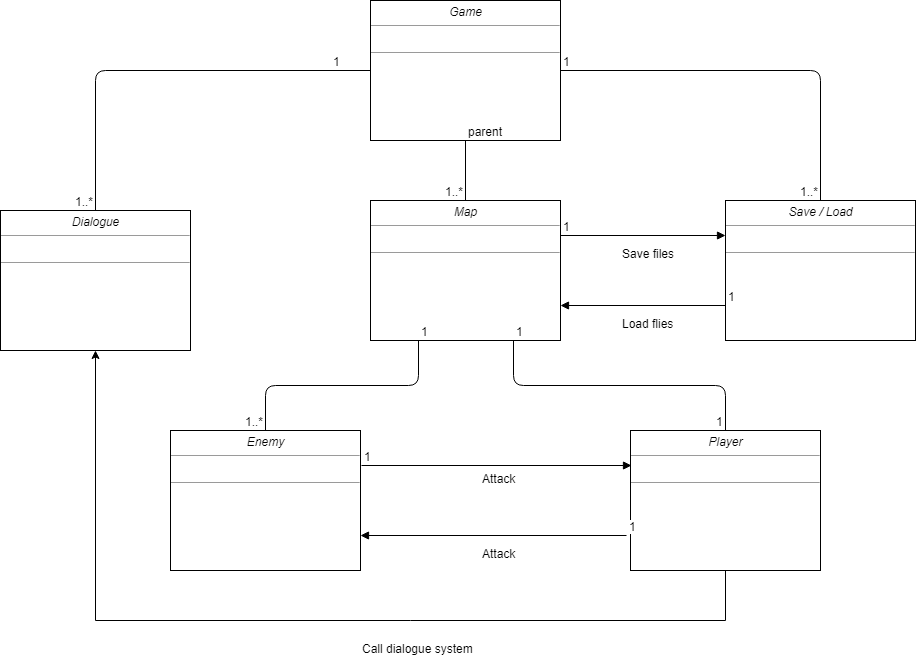
Before: 初步流程圖.png, a diagram exported from draw.io (yanJ1e/oo_1). Source tidied: cells renumbered, new cells last; positions are measured from the earlier drawing's top-left corner, leaving out a move shared by most shapes. Its diagram source:
```xml
<mxGraphModel>
  <root>
    <mxCell id="0" style="html=1;" />
    <mxCell id="1" style="html=1;" parent="0" />
    <mxCell id="2" value="&lt;p style=&quot;margin: 0px ; margin-top: 4px ; text-align: center&quot;&gt;&lt;i&gt;Enemy&lt;/i&gt;&lt;/p&gt;&lt;hr size=&quot;1&quot;&gt;&lt;p style=&quot;margin: 0px ; margin-left: 4px&quot;&gt;&lt;br&gt;&lt;/p&gt;&lt;hr size=&quot;1&quot;&gt;&lt;p style=&quot;margin: 0px ; margin-left: 4px&quot;&gt;&lt;br&gt;&lt;/p&gt;" style="verticalAlign=top;align=left;overflow=fill;fontSize=12;fontFamily=Helvetica;html=1;" parent="1" vertex="1">
      <mxGeometry x="170" y="430" width="190" height="140" as="geometry" />
    </mxCell>
    <mxCell id="3" style="edgeStyle=orthogonalEdgeStyle;rounded=0;jettySize=auto;html=1;entryX=0.5;entryY=1;entryDx=0;entryDy=0;" parent="1" edge="1" source="4" target="6">
      <mxGeometry relative="1" as="geometry">
        <Array as="points">
          <mxPoint x="725" y="620" />
          <mxPoint x="95" y="620" />
        </Array>
      </mxGeometry>
    </mxCell>
    <mxCell id="4" value="&lt;p style=&quot;margin: 0px ; margin-top: 4px ; text-align: center&quot;&gt;&lt;i&gt;Player&lt;/i&gt;&lt;/p&gt;&lt;hr size=&quot;1&quot;&gt;&lt;p style=&quot;margin: 0px ; margin-left: 4px&quot;&gt;&lt;br&gt;&lt;/p&gt;&lt;hr size=&quot;1&quot;&gt;&lt;p style=&quot;margin: 0px ; margin-left: 4px&quot;&gt;&lt;br&gt;&lt;/p&gt;" style="verticalAlign=top;align=left;overflow=fill;fontSize=12;fontFamily=Helvetica;html=1;" parent="1" vertex="1">
      <mxGeometry x="630" y="430" width="190" height="140" as="geometry" />
    </mxCell>
    <mxCell id="5" value="&lt;p style=&quot;margin: 0px ; margin-top: 4px ; text-align: center&quot;&gt;&lt;i&gt;Save / Load&lt;/i&gt;&lt;/p&gt;&lt;hr size=&quot;1&quot;&gt;&lt;p style=&quot;margin: 0px ; margin-left: 4px&quot;&gt;&lt;br&gt;&lt;/p&gt;&lt;hr size=&quot;1&quot;&gt;&lt;p style=&quot;margin: 0px ; margin-left: 4px&quot;&gt;&lt;br&gt;&lt;/p&gt;" style="verticalAlign=top;align=left;overflow=fill;fontSize=12;fontFamily=Helvetica;html=1;" parent="1" vertex="1">
      <mxGeometry x="725" y="200" width="190" height="140" as="geometry" />
    </mxCell>
    <mxCell id="6" value="&lt;p style=&quot;margin: 0px ; margin-top: 4px ; text-align: center&quot;&gt;&lt;i&gt;Dialogue&lt;/i&gt;&lt;/p&gt;&lt;hr size=&quot;1&quot;&gt;&lt;p style=&quot;margin: 0px ; margin-left: 4px&quot;&gt;&lt;br&gt;&lt;/p&gt;&lt;hr size=&quot;1&quot;&gt;&lt;p style=&quot;margin: 0px ; margin-left: 4px&quot;&gt;&lt;br&gt;&lt;/p&gt;" style="verticalAlign=top;align=left;overflow=fill;fontSize=12;fontFamily=Helvetica;html=1;" parent="1" vertex="1">
      <mxGeometry y="210" width="190" height="140" as="geometry" />
    </mxCell>
    <mxCell id="7" value="&lt;p style=&quot;margin: 0px ; margin-top: 4px ; text-align: center&quot;&gt;&lt;i&gt;Map&lt;/i&gt;&lt;/p&gt;&lt;hr size=&quot;1&quot;&gt;&lt;p style=&quot;margin: 0px ; margin-left: 4px&quot;&gt;&lt;br&gt;&lt;/p&gt;&lt;hr size=&quot;1&quot;&gt;&lt;p style=&quot;margin: 0px ; margin-left: 4px&quot;&gt;&lt;br&gt;&lt;/p&gt;" style="verticalAlign=top;align=left;overflow=fill;fontSize=12;fontFamily=Helvetica;html=1;" parent="1" vertex="1">
      <mxGeometry x="370" y="200" width="190" height="140" as="geometry" />
    </mxCell>
    <mxCell id="8" value="&lt;p style=&quot;margin: 0px ; margin-top: 4px ; text-align: center&quot;&gt;&lt;i&gt;Game&lt;/i&gt;&lt;/p&gt;&lt;hr size=&quot;1&quot;&gt;&lt;p style=&quot;margin: 0px ; margin-left: 4px&quot;&gt;&lt;br&gt;&lt;/p&gt;&lt;hr size=&quot;1&quot;&gt;&lt;p style=&quot;margin: 0px ; margin-left: 4px&quot;&gt;&lt;br&gt;&lt;/p&gt;" style="verticalAlign=top;align=left;overflow=fill;fontSize=12;fontFamily=Helvetica;html=1;" parent="1" vertex="1">
      <mxGeometry x="370" width="190" height="140" as="geometry" />
    </mxCell>
    <mxCell id="9" style="endArrow=none;html=1;edgeStyle=orthogonalEdgeStyle;" parent="1" edge="1" source="8" target="6">
      <mxGeometry relative="1" as="geometry" />
    </mxCell>
    <mxCell id="10" value="1" style="html=1;align=left;verticalAlign=bottom;labelBackgroundColor=#ffffff;fontSize=10;" parent="9" vertex="1">
      <mxGeometry x="-1" relative="1" as="geometry">
        <mxPoint x="-40" as="offset" />
      </mxGeometry>
    </mxCell>
    <mxCell id="11" value="1..*" style="html=1;align=right;verticalAlign=bottom;labelBackgroundColor=#ffffff;fontSize=10;" parent="9" vertex="1">
      <mxGeometry x="1" relative="1" as="geometry" />
    </mxCell>
    <mxCell id="12" style="endArrow=none;html=1;edgeStyle=orthogonalEdgeStyle;exitX=0.5;exitY=1;exitDx=0;exitDy=0;entryX=0.5;entryY=0;entryDx=0;entryDy=0;" parent="1" edge="1" source="8" target="7">
      <mxGeometry relative="1" as="geometry" />
    </mxCell>
    <mxCell id="13" value="parent" style="html=1;align=left;verticalAlign=bottom;labelBackgroundColor=#ffffff;fontSize=10;" parent="12" vertex="1">
      <mxGeometry x="-1" relative="1" as="geometry" />
    </mxCell>
    <mxCell id="14" value="1..*" style="html=1;align=right;verticalAlign=bottom;labelBackgroundColor=#ffffff;fontSize=10;" parent="12" vertex="1">
      <mxGeometry x="1" relative="1" as="geometry" />
    </mxCell>
    <mxCell id="15" style="endArrow=none;html=1;edgeStyle=orthogonalEdgeStyle;entryX=0.5;entryY=0;entryDx=0;entryDy=0;exitX=1;exitY=0.5;exitDx=0;exitDy=0;" parent="1" edge="1" source="8" target="5">
      <mxGeometry relative="1" as="geometry" />
    </mxCell>
    <mxCell id="16" value="1" style="html=1;align=left;verticalAlign=bottom;labelBackgroundColor=#ffffff;fontSize=10;" parent="15" vertex="1">
      <mxGeometry x="-1" relative="1" as="geometry" />
    </mxCell>
    <mxCell id="17" value="1..*" style="html=1;align=right;verticalAlign=bottom;labelBackgroundColor=#ffffff;fontSize=10;" parent="15" vertex="1">
      <mxGeometry x="1" relative="1" as="geometry" />
    </mxCell>
    <mxCell id="18" style="endArrow=none;html=1;edgeStyle=orthogonalEdgeStyle;exitX=0.25;exitY=1;exitDx=0;exitDy=0;entryX=0.5;entryY=0;entryDx=0;entryDy=0;" parent="1" edge="1" source="7" target="2">
      <mxGeometry relative="1" as="geometry" />
    </mxCell>
    <mxCell id="19" value="1" style="html=1;align=left;verticalAlign=bottom;labelBackgroundColor=#ffffff;fontSize=10;" parent="18" vertex="1">
      <mxGeometry x="-1" relative="1" as="geometry" />
    </mxCell>
    <mxCell id="20" value="1..*" style="html=1;align=right;verticalAlign=bottom;labelBackgroundColor=#ffffff;fontSize=10;" parent="18" vertex="1">
      <mxGeometry x="1" relative="1" as="geometry" />
    </mxCell>
    <mxCell id="21" style="endArrow=none;html=1;edgeStyle=orthogonalEdgeStyle;exitX=0.75;exitY=1;exitDx=0;exitDy=0;entryX=0.5;entryY=0;entryDx=0;entryDy=0;" parent="1" edge="1" source="7" target="4">
      <mxGeometry relative="1" as="geometry" />
    </mxCell>
    <mxCell id="22" value="1" style="html=1;align=left;verticalAlign=bottom;labelBackgroundColor=#ffffff;fontSize=10;" parent="21" vertex="1">
      <mxGeometry x="-1" relative="1" as="geometry" />
    </mxCell>
    <mxCell id="23" value="1" style="html=1;align=right;verticalAlign=bottom;labelBackgroundColor=#ffffff;fontSize=10;" parent="21" vertex="1">
      <mxGeometry x="1" relative="1" as="geometry" />
    </mxCell>
    <mxCell id="24" value="Attack" style="endArrow=block;endFill=1;html=1;edgeStyle=orthogonalEdgeStyle;align=left;verticalAlign=top;entryX=0;entryY=0.25;entryDx=0;entryDy=0;exitX=1;exitY=0.25;exitDx=0;exitDy=0;" parent="1" edge="1">
      <mxGeometry x="-0.12" relative="1" as="geometry">
        <mxPoint x="361" y="465" as="sourcePoint" />
        <mxPoint x="631" y="465" as="targetPoint" />
      </mxGeometry>
    </mxCell>
    <mxCell id="25" value="1" style="html=1;align=left;verticalAlign=bottom;labelBackgroundColor=#ffffff;fontSize=10;" parent="24" vertex="1">
      <mxGeometry x="-1" relative="1" as="geometry" />
    </mxCell>
    <mxCell id="26" value="Attack" style="endArrow=block;endFill=1;html=1;edgeStyle=orthogonalEdgeStyle;align=left;verticalAlign=top;entryX=1;entryY=0.75;entryDx=0;entryDy=0;" parent="1" edge="1" target="2">
      <mxGeometry x="0.1" y="5" relative="1" as="geometry">
        <mxPoint x="626" y="535" as="sourcePoint" />
      </mxGeometry>
    </mxCell>
    <mxCell id="27" value="1" style="html=1;align=left;verticalAlign=bottom;labelBackgroundColor=#ffffff;fontSize=10;" parent="26" vertex="1">
      <mxGeometry x="-1" relative="1" as="geometry" />
    </mxCell>
    <mxCell id="28" value="Save files" style="endArrow=block;endFill=1;html=1;edgeStyle=orthogonalEdgeStyle;align=left;verticalAlign=top;entryX=0;entryY=0.25;entryDx=0;entryDy=0;exitX=1;exitY=0.25;exitDx=0;exitDy=0;" parent="1" edge="1" source="7" target="5">
      <mxGeometry x="-0.27" y="-5" relative="1" as="geometry" />
    </mxCell>
    <mxCell id="29" value="1" style="html=1;align=left;verticalAlign=bottom;labelBackgroundColor=#ffffff;fontSize=10;" parent="28" vertex="1">
      <mxGeometry x="-1" relative="1" as="geometry" />
    </mxCell>
    <mxCell id="30" value="Load flies" style="endArrow=block;endFill=1;html=1;edgeStyle=orthogonalEdgeStyle;align=left;verticalAlign=top;entryX=1;entryY=0.75;entryDx=0;entryDy=0;exitX=0;exitY=0.75;exitDx=0;exitDy=0;" parent="1" edge="1" source="5" target="7">
      <mxGeometry x="0.27" y="5" relative="1" as="geometry" />
    </mxCell>
    <mxCell id="31" value="1" style="html=1;align=left;verticalAlign=bottom;labelBackgroundColor=#ffffff;fontSize=10;" parent="30" vertex="1">
      <mxGeometry x="-1" relative="1" as="geometry" />
    </mxCell>
    <mxCell id="32" value="Call dialogue system&lt;br&gt;" style="text;html=1;align=left;verticalAlign=top;spacingTop=-4;" parent="1" vertex="1">
      <mxGeometry x="360" y="639" width="130" height="20" as="geometry" />
    </mxCell>
  </root>
</mxGraphModel>
```
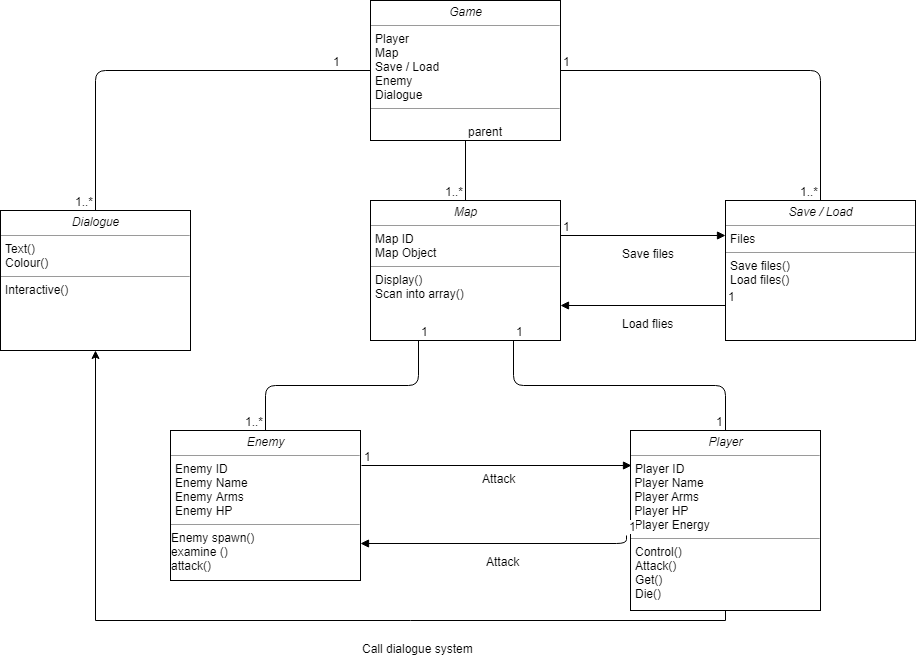
Later version of the same file.

The edit, as a diff of the source:
```diff
@@ -2,8 +2,8 @@
   <root>
     <mxCell id="0" style="html=1;" />
     <mxCell id="1" style="html=1;" parent="0" />
-    <mxCell id="2" value="&lt;p style=&quot;margin: 0px ; margin-top: 4px ; text-align: center&quot;&gt;&lt;i&gt;Enemy&lt;/i&gt;&lt;/p&gt;&lt;hr size=&quot;1&quot;&gt;&lt;p style=&quot;margin: 0px ; margin-left: 4px&quot;&gt;&lt;br&gt;&lt;/p&gt;&lt;hr size=&quot;1&quot;&gt;&lt;p style=&quot;margin: 0px ; margin-left: 4px&quot;&gt;&lt;br&gt;&lt;/p&gt;" style="verticalAlign=top;align=left;overflow=fill;fontSize=12;fontFamily=Helvetica;html=1;" parent="1" vertex="1">
-      <mxGeometry x="170" y="430" width="190" height="140" as="geometry" />
+    <mxCell id="2" value="&lt;p style=&quot;margin: 0px ; margin-top: 4px ; text-align: center&quot;&gt;&lt;i&gt;Enemy&lt;/i&gt;&lt;/p&gt;&lt;hr size=&quot;1&quot;&gt;&lt;p style=&quot;margin: 0px ; margin-left: 4px&quot;&gt;Enemy ID&lt;/p&gt;&lt;p style=&quot;margin: 0px ; margin-left: 4px&quot;&gt;Enemy Name&lt;/p&gt;&lt;p style=&quot;margin: 0px ; margin-left: 4px&quot;&gt;Enemy Arms&lt;/p&gt;&lt;p style=&quot;margin: 0px ; margin-left: 4px&quot;&gt;Enemy HP&lt;br&gt;&lt;/p&gt;&lt;hr size=&quot;1&quot;&gt;Enemy&amp;nbsp;&lt;span&gt;spawn()&lt;br&gt;&lt;/span&gt;examine ()&lt;br&gt;attack()&lt;br&gt;&lt;br&gt;" style="verticalAlign=top;align=left;overflow=fill;fontSize=12;fontFamily=Helvetica;html=1;" parent="1" vertex="1">
+      <mxGeometry x="170" y="430" width="190" height="150" as="geometry" />
     </mxCell>
     <mxCell id="3" style="edgeStyle=orthogonalEdgeStyle;rounded=0;jettySize=auto;html=1;entryX=0.5;entryY=1;entryDx=0;entryDy=0;" parent="1" edge="1" source="4" target="6">
       <mxGeometry relative="1" as="geometry">
@@ -13,19 +13,19 @@
         </Array>
       </mxGeometry>
     </mxCell>
-    <mxCell id="4" value="&lt;p style=&quot;margin: 0px ; margin-top: 4px ; text-align: center&quot;&gt;&lt;i&gt;Player&lt;/i&gt;&lt;/p&gt;&lt;hr size=&quot;1&quot;&gt;&lt;p style=&quot;margin: 0px ; margin-left: 4px&quot;&gt;&lt;br&gt;&lt;/p&gt;&lt;hr size=&quot;1&quot;&gt;&lt;p style=&quot;margin: 0px ; margin-left: 4px&quot;&gt;&lt;br&gt;&lt;/p&gt;" style="verticalAlign=top;align=left;overflow=fill;fontSize=12;fontFamily=Helvetica;html=1;" parent="1" vertex="1">
-      <mxGeometry x="630" y="430" width="190" height="140" as="geometry" />
+    <mxCell id="4" value="&lt;p style=&quot;margin: 0px ; margin-top: 4px ; text-align: center&quot;&gt;&lt;i&gt;Player&lt;/i&gt;&lt;/p&gt;&lt;hr size=&quot;1&quot;&gt;&lt;p style=&quot;margin: 0px 0px 0px 4px&quot;&gt;Player ID&lt;/p&gt;&amp;nbsp;Player&lt;span&gt;&amp;nbsp;Name&lt;/span&gt;&lt;br&gt;&amp;nbsp;Player&lt;span&gt;&amp;nbsp;Arms&lt;/span&gt;&lt;br&gt;&amp;nbsp;Player&amp;nbsp;&lt;span&gt;HP&lt;br&gt;&lt;/span&gt;&amp;nbsp;Player Energy&lt;br&gt;&lt;hr size=&quot;1&quot;&gt;&lt;p style=&quot;margin: 0px ; margin-left: 4px&quot;&gt;Control()&lt;/p&gt;&lt;p style=&quot;margin: 0px ; margin-left: 4px&quot;&gt;Attack()&lt;/p&gt;&lt;p style=&quot;margin: 0px ; margin-left: 4px&quot;&gt;Get()&lt;/p&gt;&lt;p style=&quot;margin: 0px ; margin-left: 4px&quot;&gt;Die()&lt;/p&gt;&lt;p style=&quot;margin: 0px ; margin-left: 4px&quot;&gt;&lt;br&gt;&lt;/p&gt;" style="verticalAlign=top;align=left;overflow=fill;fontSize=12;fontFamily=Helvetica;html=1;" parent="1" vertex="1">
+      <mxGeometry x="630" y="430" width="190" height="180" as="geometry" />
     </mxCell>
-    <mxCell id="5" value="&lt;p style=&quot;margin: 0px ; margin-top: 4px ; text-align: center&quot;&gt;&lt;i&gt;Save / Load&lt;/i&gt;&lt;/p&gt;&lt;hr size=&quot;1&quot;&gt;&lt;p style=&quot;margin: 0px ; margin-left: 4px&quot;&gt;&lt;br&gt;&lt;/p&gt;&lt;hr size=&quot;1&quot;&gt;&lt;p style=&quot;margin: 0px ; margin-left: 4px&quot;&gt;&lt;br&gt;&lt;/p&gt;" style="verticalAlign=top;align=left;overflow=fill;fontSize=12;fontFamily=Helvetica;html=1;" parent="1" vertex="1">
+    <mxCell id="5" value="&lt;p style=&quot;margin: 0px ; margin-top: 4px ; text-align: center&quot;&gt;&lt;i&gt;Save / Load&lt;/i&gt;&lt;/p&gt;&lt;hr size=&quot;1&quot;&gt;&lt;p style=&quot;margin: 0px ; margin-left: 4px&quot;&gt;Files&lt;/p&gt;&lt;hr size=&quot;1&quot;&gt;&lt;p style=&quot;margin: 0px ; margin-left: 4px&quot;&gt;Save files()&lt;/p&gt;&lt;p style=&quot;margin: 0px ; margin-left: 4px&quot;&gt;Load files()&lt;/p&gt;" style="verticalAlign=top;align=left;overflow=fill;fontSize=12;fontFamily=Helvetica;html=1;" parent="1" vertex="1">
       <mxGeometry x="725" y="200" width="190" height="140" as="geometry" />
     </mxCell>
-    <mxCell id="6" value="&lt;p style=&quot;margin: 0px ; margin-top: 4px ; text-align: center&quot;&gt;&lt;i&gt;Dialogue&lt;/i&gt;&lt;/p&gt;&lt;hr size=&quot;1&quot;&gt;&lt;p style=&quot;margin: 0px ; margin-left: 4px&quot;&gt;&lt;br&gt;&lt;/p&gt;&lt;hr size=&quot;1&quot;&gt;&lt;p style=&quot;margin: 0px ; margin-left: 4px&quot;&gt;&lt;br&gt;&lt;/p&gt;" style="verticalAlign=top;align=left;overflow=fill;fontSize=12;fontFamily=Helvetica;html=1;" parent="1" vertex="1">
+    <mxCell id="6" value="&lt;p style=&quot;margin: 0px ; margin-top: 4px ; text-align: center&quot;&gt;&lt;i&gt;Dialogue&lt;/i&gt;&lt;/p&gt;&lt;hr size=&quot;1&quot;&gt;&lt;p style=&quot;margin: 0px ; margin-left: 4px&quot;&gt;Text()&lt;/p&gt;&lt;p style=&quot;margin: 0px ; margin-left: 4px&quot;&gt;Colour()&lt;/p&gt;&lt;hr size=&quot;1&quot;&gt;&lt;p style=&quot;margin: 0px ; margin-left: 4px&quot;&gt;Interactive()&lt;/p&gt;&lt;p style=&quot;margin: 0px ; margin-left: 4px&quot;&gt;&lt;br&gt;&lt;/p&gt;" style="verticalAlign=top;align=left;overflow=fill;fontSize=12;fontFamily=Helvetica;html=1;" parent="1" vertex="1">
       <mxGeometry y="210" width="190" height="140" as="geometry" />
     </mxCell>
-    <mxCell id="7" value="&lt;p style=&quot;margin: 0px ; margin-top: 4px ; text-align: center&quot;&gt;&lt;i&gt;Map&lt;/i&gt;&lt;/p&gt;&lt;hr size=&quot;1&quot;&gt;&lt;p style=&quot;margin: 0px ; margin-left: 4px&quot;&gt;&lt;br&gt;&lt;/p&gt;&lt;hr size=&quot;1&quot;&gt;&lt;p style=&quot;margin: 0px ; margin-left: 4px&quot;&gt;&lt;br&gt;&lt;/p&gt;" style="verticalAlign=top;align=left;overflow=fill;fontSize=12;fontFamily=Helvetica;html=1;" parent="1" vertex="1">
+    <mxCell id="7" value="&lt;p style=&quot;margin: 0px ; margin-top: 4px ; text-align: center&quot;&gt;&lt;i&gt;Map&lt;/i&gt;&lt;/p&gt;&lt;hr size=&quot;1&quot;&gt;&lt;p style=&quot;margin: 0px ; margin-left: 4px&quot;&gt;Map ID&lt;/p&gt;&lt;p style=&quot;margin: 0px ; margin-left: 4px&quot;&gt;Map Object&lt;/p&gt;&lt;hr size=&quot;1&quot;&gt;&lt;p style=&quot;margin: 0px ; margin-left: 4px&quot;&gt;Display()&lt;/p&gt;&lt;p style=&quot;margin: 0px ; margin-left: 4px&quot;&gt;Scan into array()&lt;/p&gt;&lt;p style=&quot;margin: 0px ; margin-left: 4px&quot;&gt;&lt;br&gt;&lt;/p&gt;" style="verticalAlign=top;align=left;overflow=fill;fontSize=12;fontFamily=Helvetica;html=1;" parent="1" vertex="1">
       <mxGeometry x="370" y="200" width="190" height="140" as="geometry" />
     </mxCell>
-    <mxCell id="8" value="&lt;p style=&quot;margin: 0px ; margin-top: 4px ; text-align: center&quot;&gt;&lt;i&gt;Game&lt;/i&gt;&lt;/p&gt;&lt;hr size=&quot;1&quot;&gt;&lt;p style=&quot;margin: 0px ; margin-left: 4px&quot;&gt;&lt;br&gt;&lt;/p&gt;&lt;hr size=&quot;1&quot;&gt;&lt;p style=&quot;margin: 0px ; margin-left: 4px&quot;&gt;&lt;br&gt;&lt;/p&gt;" style="verticalAlign=top;align=left;overflow=fill;fontSize=12;fontFamily=Helvetica;html=1;" parent="1" vertex="1">
+    <mxCell id="8" value="&lt;p style=&quot;margin: 0px ; margin-top: 4px ; text-align: center&quot;&gt;&lt;i&gt;Game&lt;/i&gt;&lt;/p&gt;&lt;hr size=&quot;1&quot;&gt;&lt;p style=&quot;margin: 0px ; margin-left: 4px&quot;&gt;Player&lt;/p&gt;&lt;p style=&quot;margin: 0px ; margin-left: 4px&quot;&gt;Map&lt;/p&gt;&lt;p style=&quot;margin: 0px ; margin-left: 4px&quot;&gt;Save / Load&lt;/p&gt;&lt;p style=&quot;margin: 0px ; margin-left: 4px&quot;&gt;Enemy&lt;/p&gt;&lt;p style=&quot;margin: 0px ; margin-left: 4px&quot;&gt;Dialogue&lt;/p&gt;&lt;hr size=&quot;1&quot;&gt;&lt;p style=&quot;margin: 0px ; margin-left: 4px&quot;&gt;&lt;br&gt;&lt;/p&gt;" style="verticalAlign=top;align=left;overflow=fill;fontSize=12;fontFamily=Helvetica;html=1;" parent="1" vertex="1">
       <mxGeometry x="370" width="190" height="140" as="geometry" />
     </mxCell>
     <mxCell id="9" style="endArrow=none;html=1;edgeStyle=orthogonalEdgeStyle;" parent="1" edge="1" source="8" target="6">
@@ -87,6 +87,9 @@
     <mxCell id="26" value="Attack" style="endArrow=block;endFill=1;html=1;edgeStyle=orthogonalEdgeStyle;align=left;verticalAlign=top;entryX=1;entryY=0.75;entryDx=0;entryDy=0;" parent="1" edge="1" target="2">
       <mxGeometry x="0.1" y="5" relative="1" as="geometry">
         <mxPoint x="626" y="535" as="sourcePoint" />
+        <Array as="points">
+          <mxPoint x="626" y="543" />
+        </Array>
       </mxGeometry>
     </mxCell>
     <mxCell id="27" value="1" style="html=1;align=left;verticalAlign=bottom;labelBackgroundColor=#ffffff;fontSize=10;" parent="26" vertex="1">
```
